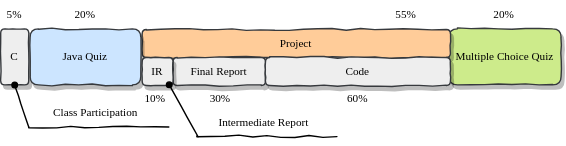
Before: assets/lpoo/lpoo-evaluation.svg, a diagram exported from draw.io (arestivo/slides). Source tidied: cells renumbered, new cells last; positions are measured from the earlier drawing's top-left corner, leaving out a move shared by most shapes.
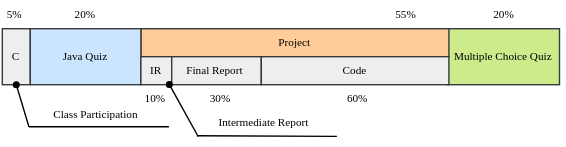
The same diagram one commit later.

Commit message:
Updated LPOO diagrams

Change to the diagram source:
```diff
@@ -2,78 +2,75 @@
   <root>
     <mxCell id="0" />
     <mxCell id="1" parent="0" />
-    <mxCell id="2" value="Multiple Choice Quiz" style="rounded=1;whiteSpace=wrap;html=1;shadow=1;comic=1;strokeColor=#36393d;strokeWidth=1;fillColor=#cdeb8b;fontFamily=MerriWeather;fontSize=8;align=center;verticalAlign=middle;" parent="1" vertex="1">
-      <mxGeometry x="320" y="20" width="80" height="40" as="geometry" />
+    <mxCell id="2" value="Multiple Choice Quiz" style="rounded=0;whiteSpace=wrap;html=1;shadow=0;comic=0;strokeColor=#36393d;strokeWidth=1;fillColor=#cdeb8b;fontFamily=MerriWeather;fontSize=8;align=center;verticalAlign=middle;" parent="1" vertex="1">
+      <mxGeometry x="319" y="20" width="80" height="40" as="geometry" />
     </mxCell>
-    <mxCell id="3" style="group;" parent="1" vertex="1">
-      <mxGeometry width="400" height="97" as="geometry" />
+    <mxCell id="3" value="20%" style="text;html=1;strokeColor=none;fillColor=none;align=center;verticalAlign=middle;whiteSpace=wrap;rounded=0;shadow=1;comic=1;fontFamily=MerriWeather;fontSize=8;" parent="1" vertex="1">
+      <mxGeometry x="320" width="79" height="20" as="geometry" />
     </mxCell>
-    <mxCell id="4" value="Class Participation" style="text;html=1;strokeColor=none;fillColor=none;align=center;verticalAlign=middle;whiteSpace=wrap;rounded=0;shadow=1;comic=1;fontFamily=MerriWeather;fontSize=8;" parent="3" vertex="1">
+    <mxCell id="4" value="Class Participation" style="text;html=1;strokeColor=none;fillColor=none;align=center;verticalAlign=middle;whiteSpace=wrap;rounded=0;shadow=1;comic=1;fontFamily=MerriWeather;fontSize=8;" parent="1" vertex="1">
       <mxGeometry x="26" y="80" width="84" as="geometry" />
     </mxCell>
-    <mxCell id="5" value="Intermediate Report" style="text;html=1;strokeColor=none;fillColor=none;align=center;verticalAlign=middle;whiteSpace=wrap;rounded=0;shadow=1;comic=1;fontFamily=MerriWeather;fontSize=8;" parent="3" vertex="1">
+    <mxCell id="5" value="Intermediate Report" style="text;html=1;strokeColor=none;fillColor=none;align=center;verticalAlign=middle;whiteSpace=wrap;rounded=0;shadow=1;comic=1;fontFamily=MerriWeather;fontSize=8;" parent="1" vertex="1">
       <mxGeometry x="140" y="76.9" width="96" height="20" as="geometry" />
     </mxCell>
-    <mxCell id="6" value="Project" style="group;fillColor=#ffcc99;strokeColor=#36393d;rounded=1;comic=1;shadow=1;fontFamily=MerriWeather;fontSize=8;verticalAlign=middle;" parent="3" vertex="1">
-      <mxGeometry x="101" y="20.4" width="220" height="20" as="geometry" />
+    <mxCell id="6" value="Project" style="group;fillColor=#ffcc99;strokeColor=#36393d;rounded=0;comic=0;shadow=0;fontFamily=MerriWeather;fontSize=8;verticalAlign=middle;" parent="1" vertex="1">
+      <mxGeometry x="100" y="20" width="220" height="20" as="geometry" />
     </mxCell>
-    <mxCell id="7" value="C" style="rounded=1;whiteSpace=wrap;html=1;shadow=1;comic=1;strokeColor=#36393d;strokeWidth=1;fillColor=#eeeeee;fontFamily=MerriWeather;fontSize=8;align=center;verticalAlign=middle;" parent="3" vertex="1">
-      <mxGeometry y="20" width="20" height="40" as="geometry" />
+    <mxCell id="7" value="C" style="rounded=0;whiteSpace=wrap;html=1;shadow=0;comic=0;strokeColor=#36393d;strokeWidth=1;fillColor=#eeeeee;fontFamily=MerriWeather;fontSize=8;align=center;verticalAlign=middle;" parent="1" vertex="1">
+      <mxGeometry x="1" y="20" width="20" height="40" as="geometry" />
     </mxCell>
-    <mxCell id="8" value="Java Quiz" style="rounded=1;whiteSpace=wrap;html=1;shadow=1;comic=1;strokeColor=#36393d;strokeWidth=1;fillColor=#cce5ff;fontFamily=MerriWeather;fontSize=8;align=center;verticalAlign=middle;" parent="3" vertex="1">
+    <mxCell id="8" value="Java Quiz" style="rounded=0;whiteSpace=wrap;html=1;shadow=0;comic=0;strokeColor=#36393d;strokeWidth=1;fillColor=#cce5ff;fontFamily=MerriWeather;fontSize=8;align=center;verticalAlign=middle;" parent="1" vertex="1">
       <mxGeometry x="21" y="20" width="79" height="40" as="geometry" />
     </mxCell>
-    <mxCell id="9" value="Final Report" style="group;fillColor=#eeeeee;strokeColor=#36393d;rounded=1;comic=1;shadow=1;fontFamily=MerriWeather;fontSize=8;verticalAlign=middle;" parent="3" vertex="1">
-      <mxGeometry x="123" y="40.4" width="66" height="20" as="geometry" />
+    <mxCell id="9" value="Final Report" style="group;fillColor=#eeeeee;strokeColor=#36393d;rounded=0;comic=0;shadow=0;fontFamily=MerriWeather;fontSize=8;verticalAlign=middle;" parent="1" vertex="1">
+      <mxGeometry x="120" y="40" width="66" height="20" as="geometry" />
     </mxCell>
-    <mxCell id="10" value="Code" style="group;fillColor=#eeeeee;strokeColor=#36393d;rounded=1;comic=1;shadow=1;fontFamily=MerriWeather;fontSize=8;verticalAlign=middle;" parent="3" vertex="1">
-      <mxGeometry x="189" y="40.4" width="132" height="20" as="geometry" />
+    <mxCell id="10" value="Code" style="group;fillColor=#eeeeee;strokeColor=#36393d;rounded=0;comic=0;shadow=0;fontFamily=MerriWeather;fontSize=8;verticalAlign=middle;" parent="1" vertex="1">
+      <mxGeometry x="186" y="40" width="134" height="20" as="geometry" />
     </mxCell>
-    <mxCell id="11" value="IR" style="group;fillColor=#eeeeee;strokeColor=#36393d;rounded=1;comic=1;shadow=1;fontFamily=MerriWeather;fontSize=8;verticalAlign=middle;" parent="3" vertex="1">
-      <mxGeometry x="101" y="40.4" width="22" height="20" as="geometry" />
+    <mxCell id="11" value="IR" style="group;fillColor=#eeeeee;strokeColor=#36393d;rounded=0;comic=0;shadow=0;fontFamily=MerriWeather;fontSize=8;verticalAlign=middle;" parent="1" vertex="1">
+      <mxGeometry x="100" y="40" width="22" height="20" as="geometry" />
     </mxCell>
-    <mxCell id="12" value="5%" style="text;html=1;strokeColor=none;fillColor=none;align=center;verticalAlign=middle;whiteSpace=wrap;rounded=0;shadow=1;comic=1;fontFamily=MerriWeather;fontSize=8;" parent="3" vertex="1">
+    <mxCell id="12" value="5%" style="text;html=1;strokeColor=none;fillColor=none;align=center;verticalAlign=middle;whiteSpace=wrap;rounded=0;shadow=1;comic=1;fontFamily=MerriWeather;fontSize=8;" parent="1" vertex="1">
       <mxGeometry width="20" height="20" as="geometry" />
     </mxCell>
-    <mxCell id="13" value="20%" style="text;html=1;strokeColor=none;fillColor=none;align=center;verticalAlign=middle;whiteSpace=wrap;rounded=0;shadow=1;comic=1;fontFamily=MerriWeather;fontSize=8;" parent="3" vertex="1">
+    <mxCell id="13" value="20%" style="text;html=1;strokeColor=none;fillColor=none;align=center;verticalAlign=middle;whiteSpace=wrap;rounded=0;shadow=1;comic=1;fontFamily=MerriWeather;fontSize=8;" parent="1" vertex="1">
       <mxGeometry x="21" width="79" height="20" as="geometry" />
     </mxCell>
-    <mxCell id="14" value="55%" style="text;html=1;strokeColor=none;fillColor=none;align=center;verticalAlign=middle;whiteSpace=wrap;rounded=0;shadow=1;comic=1;fontFamily=MerriWeather;fontSize=8;" parent="3" vertex="1">
+    <mxCell id="14" value="55%" style="text;html=1;strokeColor=none;fillColor=none;align=center;verticalAlign=middle;whiteSpace=wrap;rounded=0;shadow=1;comic=1;fontFamily=MerriWeather;fontSize=8;" parent="1" vertex="1">
       <mxGeometry x="179" width="221" height="20" as="geometry" />
     </mxCell>
-    <mxCell id="15" value="10%" style="text;html=1;strokeColor=none;fillColor=none;align=center;verticalAlign=middle;whiteSpace=wrap;rounded=0;shadow=1;comic=1;fontFamily=MerriWeather;fontSize=8;" parent="3" vertex="1">
+    <mxCell id="15" value="10%" style="text;html=1;strokeColor=none;fillColor=none;align=center;verticalAlign=middle;whiteSpace=wrap;rounded=0;shadow=1;comic=1;fontFamily=MerriWeather;fontSize=8;" parent="1" vertex="1">
       <mxGeometry x="100" y="60.4" width="21" height="20" as="geometry" />
     </mxCell>
-    <mxCell id="16" value="30%" style="text;html=1;strokeColor=none;fillColor=none;align=center;verticalAlign=middle;whiteSpace=wrap;rounded=0;shadow=1;comic=1;fontFamily=MerriWeather;fontSize=8;" parent="3" vertex="1">
+    <mxCell id="16" value="30%" style="text;html=1;strokeColor=none;fillColor=none;align=center;verticalAlign=middle;whiteSpace=wrap;rounded=0;shadow=1;comic=1;fontFamily=MerriWeather;fontSize=8;" parent="1" vertex="1">
       <mxGeometry x="123" y="60.4" width="68" height="20" as="geometry" />
     </mxCell>
-    <mxCell id="17" value="60%" style="text;html=1;strokeColor=none;fillColor=none;align=center;verticalAlign=middle;whiteSpace=wrap;rounded=0;shadow=1;comic=1;fontFamily=MerriWeather;fontSize=8;" parent="3" vertex="1">
+    <mxCell id="17" value="60%" style="text;html=1;strokeColor=none;fillColor=none;align=center;verticalAlign=middle;whiteSpace=wrap;rounded=0;shadow=1;comic=1;fontFamily=MerriWeather;fontSize=8;" parent="1" vertex="1">
       <mxGeometry x="189" y="60.4" width="132" height="20" as="geometry" />
     </mxCell>
-    <mxCell id="18" style="rounded=0;html=1;jettySize=auto;orthogonalLoop=1;fontFamily=MerriWeather;fontSize=8;comic=1;endArrow=none;endFill=0;" parent="3" edge="1">
-      <mxGeometry relative="1" as="geometry">
+    <mxCell id="18" style="rounded=0;html=1;jettySize=auto;orthogonalLoop=1;fontFamily=MerriWeather;fontSize=8;comic=0;endArrow=none;endFill=0;" parent="1" edge="1">
+      <mxGeometry x="200" y="620" as="geometry">
         <mxPoint x="20" y="90" as="sourcePoint" />
         <mxPoint x="120" y="90" as="targetPoint" />
       </mxGeometry>
     </mxCell>
-    <mxCell id="19" style="rounded=0;html=1;exitX=0.966;exitY=-0.029;exitDx=0;exitDy=0;jettySize=auto;fontFamily=MerriWeather;fontSize=8;comic=1;endArrow=none;endFill=0;exitPerimeter=0;entryX=-0.001;entryY=0.979;entryDx=0;entryDy=0;entryPerimeter=0;startArrow=oval;startFill=1;endSize=6;startSize=4;" parent="3" edge="1" source="15">
-      <mxGeometry relative="1" as="geometry">
+    <mxCell id="19" style="rounded=0;html=1;exitX=0.966;exitY=-0.029;exitDx=0;exitDy=0;jettySize=auto;fontFamily=MerriWeather;fontSize=8;comic=0;endArrow=none;endFill=0;exitPerimeter=0;entryX=-0.001;entryY=0.979;entryDx=0;entryDy=0;entryPerimeter=0;startArrow=oval;startFill=1;endSize=6;startSize=4;jiggle=11;" parent="1" edge="1" source="15">
+      <mxGeometry x="200" y="620" as="geometry">
         <mxPoint x="140.9" y="97" as="targetPoint" />
       </mxGeometry>
     </mxCell>
-    <mxCell id="20" style="rounded=0;html=1;jettySize=auto;orthogonalLoop=1;fontFamily=MerriWeather;fontSize=8;comic=1;endArrow=none;endFill=0;" parent="3" edge="1">
-      <mxGeometry relative="1" as="geometry">
+    <mxCell id="20" style="rounded=0;html=1;jettySize=auto;orthogonalLoop=1;fontFamily=MerriWeather;fontSize=8;comic=0;endArrow=none;endFill=0;sketch=0;jiggle=11;" parent="1" edge="1">
+      <mxGeometry x="200" y="620" as="geometry">
         <mxPoint x="140" y="96.4" as="sourcePoint" />
         <mxPoint x="240" y="96.9" as="targetPoint" />
       </mxGeometry>
     </mxCell>
-    <mxCell id="21" style="rounded=0;html=1;exitX=0.5;exitY=1;exitDx=0;exitDy=0;jettySize=auto;fontFamily=MerriWeather;fontSize=8;comic=1;endArrow=none;endFill=0;startArrow=oval;startFill=1;startSize=4;" parent="3" edge="1" source="7">
-      <mxGeometry relative="1" as="geometry">
+    <mxCell id="21" style="rounded=0;html=1;exitX=0.5;exitY=1;exitDx=0;exitDy=0;jettySize=auto;fontFamily=MerriWeather;fontSize=8;comic=0;endArrow=none;endFill=0;startArrow=oval;startFill=1;startSize=4;sketch=0;jiggle=11;" parent="1" edge="1" source="7">
+      <mxGeometry x="200" y="620" as="geometry">
         <mxPoint x="20" y="90" as="targetPoint" />
       </mxGeometry>
     </mxCell>
-    <mxCell id="22" value="20%" style="text;html=1;strokeColor=none;fillColor=none;align=center;verticalAlign=middle;whiteSpace=wrap;rounded=0;shadow=1;comic=1;fontFamily=MerriWeather;fontSize=8;" parent="1" vertex="1">
-      <mxGeometry x="320" width="79" height="20" as="geometry" />
-    </mxCell>
   </root>
 </mxGraphModel>
```
